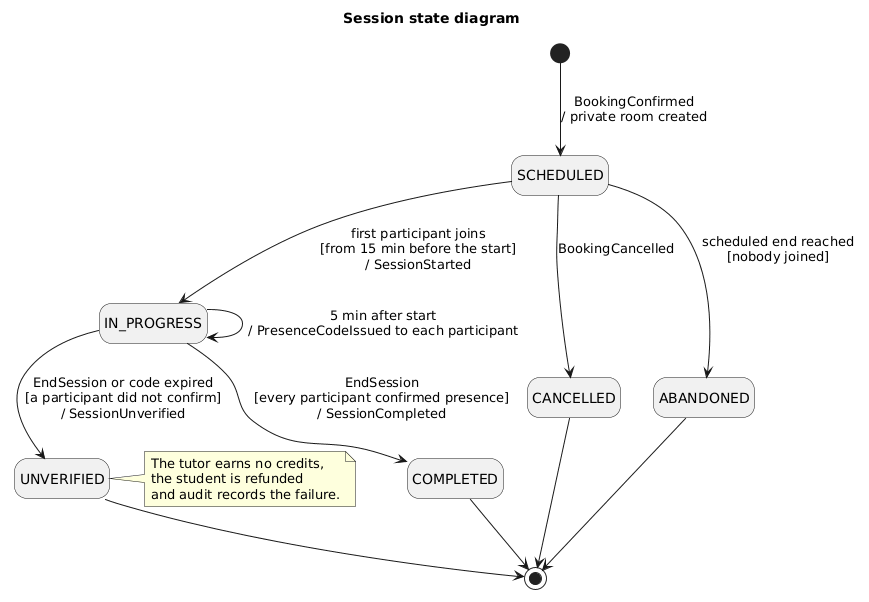
ayni-team/ayni keeps this PlantUML diagram as docs/architecture/uml/out/state-session.png. Above is the earlier version. Its diagram source:
```plantuml
@startuml state-session
title Session state diagram
hide empty description

[*] --> SCHEDULED : BookingConfirmed\n/ private room created

SCHEDULED --> IN_PROGRESS : first participant joins\n[from 15 min before the start]\n/ SessionStarted
SCHEDULED --> CANCELLED : BookingCancelled
SCHEDULED --> ABANDONED : scheduled end reached\n[nobody joined]

IN_PROGRESS --> IN_PROGRESS : 5 min after start\n/ PresenceCodeIssued to each participant
IN_PROGRESS --> COMPLETED : EndSession\n[every participant confirmed presence]\n/ SessionCompleted
IN_PROGRESS --> UNVERIFIED : EndSession or code expired\n[a participant did not confirm]\n/ SessionUnverified

COMPLETED --> [*]
UNVERIFIED --> [*]
ABANDONED --> [*]
CANCELLED --> [*]

note right of UNVERIFIED
  The tutor earns no credits,
  the student is refunded
  and audit records the failure.
end note
@enduml
```
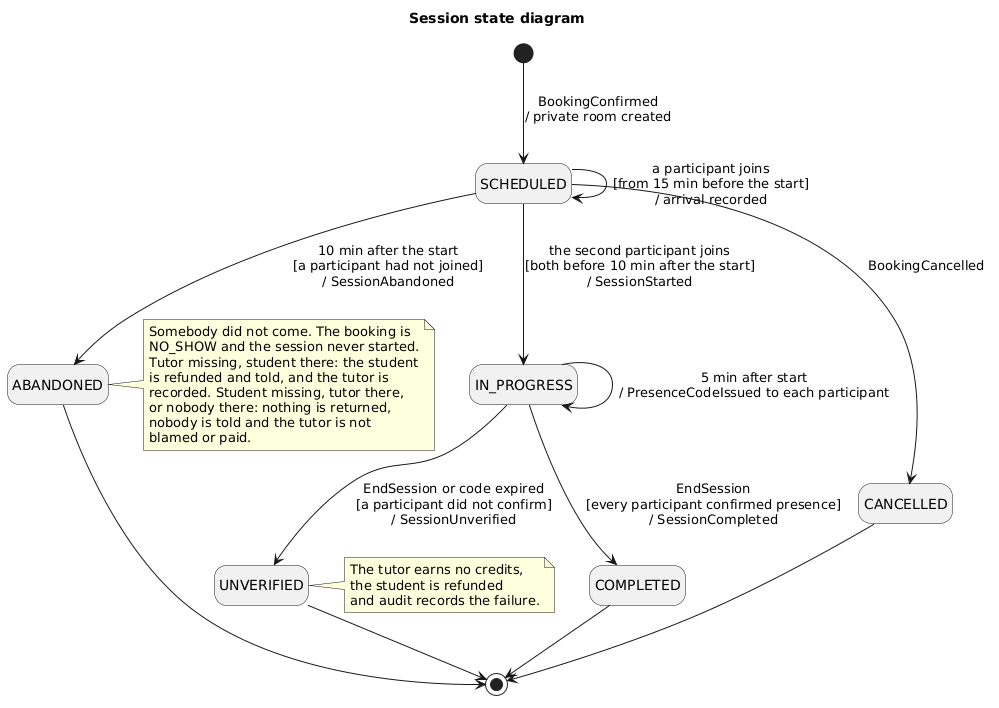
The same file after the commit.

Commit message:
docs(sessions): document the mutual check-in and the absent student

What changed in the source:
```diff
@@ -4,9 +4,10 @@
 
 [*] --> SCHEDULED : BookingConfirmed\n/ private room created
 
-SCHEDULED --> IN_PROGRESS : first participant joins\n[from 15 min before the start]\n/ SessionStarted
+SCHEDULED --> SCHEDULED : a participant joins\n[from 15 min before the start]\n/ arrival recorded
+SCHEDULED --> IN_PROGRESS : the second participant joins\n[both before 10 min after the start]\n/ SessionStarted
 SCHEDULED --> CANCELLED : BookingCancelled
-SCHEDULED --> ABANDONED : scheduled end reached\n[nobody joined]
+SCHEDULED --> ABANDONED : 10 min after the start\n[a participant had not joined]\n/ SessionAbandoned
 
 IN_PROGRESS --> IN_PROGRESS : 5 min after start\n/ PresenceCodeIssued to each participant
 IN_PROGRESS --> COMPLETED : EndSession\n[every participant confirmed presence]\n/ SessionCompleted
@@ -17,6 +18,17 @@
 ABANDONED --> [*]
 CANCELLED --> [*]
 
+note right of ABANDONED
+  Somebody did not come. The booking is
+  NO_SHOW and the session never started.
+  Tutor missing, student there: the student
+  is refunded and told, and the tutor is
+  recorded. Student missing, tutor there,
+  or nobody there: nothing is returned,
+  nobody is told and the tutor is not
+  blamed or paid.
+end note
+
 note right of UNVERIFIED
   The tutor earns no credits,
   the student is refunded
```
